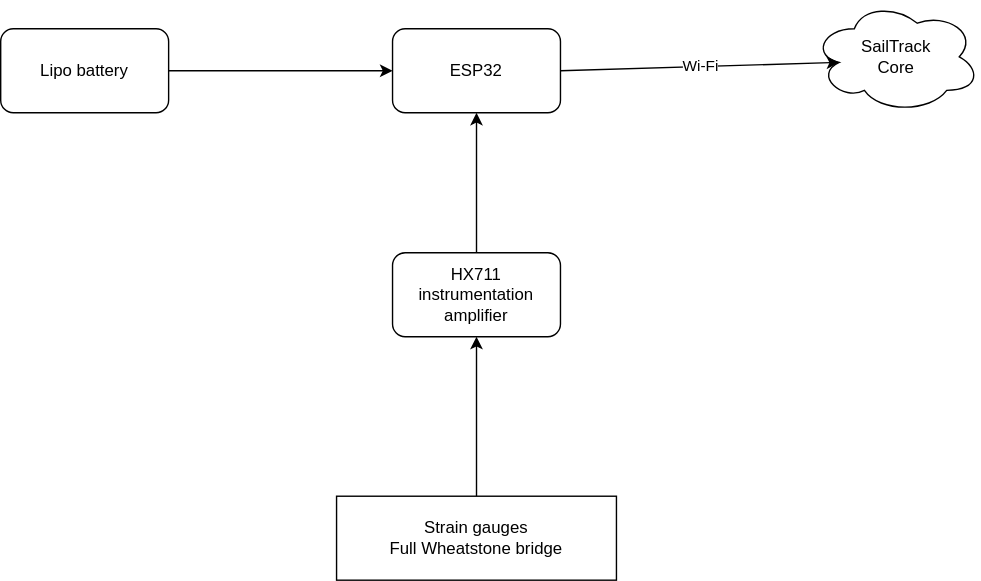
Before: SailTrack Strain/block-diagram.svg, a diagram exported from draw.io (metisvela/sailtrack). Source tidied: cells renumbered, new cells last; positions are measured from the earlier drawing's top-left corner, leaving out a move shared by most shapes. Its diagram source:
```xml
<mxGraphModel background="#ffffff">
  <root>
    <mxCell id="0" />
    <mxCell id="1" parent="0" />
    <mxCell id="2" value="ESP32" style="rounded=1;whiteSpace=wrap;html=1;" parent="1" vertex="1">
      <mxGeometry x="280" y="20" width="120" height="60" as="geometry" />
    </mxCell>
    <mxCell id="3" style="edgeStyle=orthogonalEdgeStyle;rounded=0;jettySize=auto;html=1;exitX=1;exitY=0.5;exitDx=0;exitDy=0;entryX=0;entryY=0.5;entryDx=0;entryDy=0;" parent="1" edge="1" source="4" target="2">
      <mxGeometry relative="1" as="geometry" />
    </mxCell>
    <mxCell id="4" value="Lipo battery" style="rounded=1;whiteSpace=wrap;html=1;" parent="1" vertex="1">
      <mxGeometry y="20" width="120" height="60" as="geometry" />
    </mxCell>
    <mxCell id="5" style="edgeStyle=orthogonalEdgeStyle;rounded=0;jettySize=auto;html=1;exitX=0.5;exitY=0;exitDx=0;exitDy=0;entryX=0.5;entryY=1;entryDx=0;entryDy=0;" parent="1" edge="1" source="6" target="2">
      <mxGeometry relative="1" as="geometry" />
    </mxCell>
    <mxCell id="6" value="HX711 instrumentation amplifier" style="rounded=1;whiteSpace=wrap;html=1;" parent="1" vertex="1">
      <mxGeometry x="280" y="180" width="120" height="60" as="geometry" />
    </mxCell>
    <mxCell id="7" value="SailTrack&lt;br&gt;Core" style="ellipse;shape=cloud;whiteSpace=wrap;html=1;" parent="1" vertex="1">
      <mxGeometry x="580" width="120" height="80" as="geometry" />
    </mxCell>
    <mxCell id="8" style="edgeStyle=orthogonalEdgeStyle;rounded=0;jettySize=auto;html=1;exitX=0.5;exitY=0;exitDx=0;exitDy=0;entryX=0.5;entryY=1;entryDx=0;entryDy=0;" parent="1" edge="1" source="9" target="6">
      <mxGeometry relative="1" as="geometry" />
    </mxCell>
    <mxCell id="9" value="Strain gauges&lt;br&gt;Full Wheatstone bridge" style="rounded=0;whiteSpace=wrap;html=1;" parent="1" vertex="1">
      <mxGeometry x="240" y="354" width="200" height="60" as="geometry" />
    </mxCell>
    <mxCell id="10" style="endArrow=classic;html=1;exitX=1;exitY=0.5;exitDx=0;exitDy=0;entryX=0.16;entryY=0.55;entryDx=0;entryDy=0;entryPerimeter=0;" parent="1" edge="1" source="2" target="7">
      <mxGeometry relative="1" as="geometry" />
    </mxCell>
    <mxCell id="11" value="Wi-Fi" style="edgeLabel;html=1;align=center;verticalAlign=middle;" parent="10" vertex="1">
      <mxGeometry relative="1" as="geometry" />
    </mxCell>
  </root>
</mxGraphModel>
```
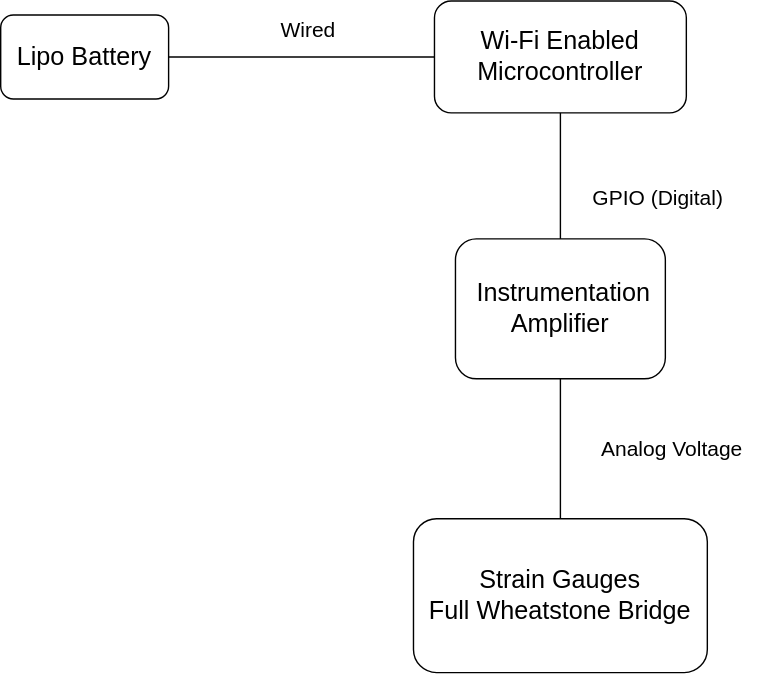
Later version of the same file.

Change to the diagram source:
```diff
@@ -2,35 +2,35 @@
   <root>
     <mxCell id="0" />
     <mxCell id="1" parent="0" />
-    <mxCell id="2" value="ESP32" style="rounded=1;whiteSpace=wrap;html=1;" parent="1" vertex="1">
-      <mxGeometry x="280" y="20" width="120" height="60" as="geometry" />
+    <mxCell id="2" value="&lt;font style=&quot;font-size: 18px&quot;&gt;Wi-Fi Enabled Microcontroller&lt;/font&gt;" style="rounded=1;whiteSpace=wrap;html=1;" parent="1" vertex="1">
+      <mxGeometry x="250" y="10" width="180" height="80" as="geometry" />
     </mxCell>
+    <mxCell id="4" value="&lt;font style=&quot;font-size: 18px&quot;&gt;Lipo Battery&lt;/font&gt;" style="rounded=1;whiteSpace=wrap;html=1;" parent="1" vertex="1">
+      <mxGeometry x="-60" y="20" width="120" height="60" as="geometry" />
+    </mxCell>
+    <mxCell id="6" value="&lt;font style=&quot;font-size: 18px&quot;&gt;&amp;nbsp;Instrumentation Amplifier&lt;/font&gt;" style="rounded=1;whiteSpace=wrap;html=1;" parent="1" vertex="1">
+      <mxGeometry x="265" y="180" width="150" height="100" as="geometry" />
+    </mxCell>
+    <mxCell id="12" value="&lt;font style=&quot;font-size: 18px&quot;&gt;Strain Gauges&lt;br&gt;Full Wheatstone Bridge&lt;/font&gt;" style="rounded=1;whiteSpace=wrap;html=1;" parent="1" vertex="1">
+      <mxGeometry x="235" y="380" width="210" height="110" as="geometry" />
+    </mxCell>
+    <mxCell id="13" value="&lt;font style=&quot;font-size: 15px&quot;&gt;Analog Voltage&lt;/font&gt;" style="text;html=1;strokeColor=none;fillColor=none;align=center;verticalAlign=middle;whiteSpace=wrap;rounded=0;" parent="1" vertex="1">
+      <mxGeometry x="360" y="320" width="120" height="20" as="geometry" />
+    </mxCell>
-    <mxCell id="3" style="edgeStyle=orthogonalEdgeStyle;rounded=0;jettySize=auto;html=1;exitX=1;exitY=0.5;exitDx=0;exitDy=0;entryX=0;entryY=0.5;entryDx=0;entryDy=0;" parent="1" edge="1" source="4" target="2">
+    <mxCell id="3" style="endArrow=none;html=1;exitX=1;exitY=0.5;exitDx=0;exitDy=0;entryX=0;entryY=0.5;entryDx=0;entryDy=0;" parent="1" edge="1" source="4" target="2">
       <mxGeometry relative="1" as="geometry" />
     </mxCell>
-    <mxCell id="4" value="Lipo battery" style="rounded=1;whiteSpace=wrap;html=1;" parent="1" vertex="1">
-      <mxGeometry y="20" width="120" height="60" as="geometry" />
-    </mxCell>
-    <mxCell id="5" style="edgeStyle=orthogonalEdgeStyle;rounded=0;jettySize=auto;html=1;exitX=0.5;exitY=0;exitDx=0;exitDy=0;entryX=0.5;entryY=1;entryDx=0;entryDy=0;" parent="1" edge="1" source="6" target="2">
+    <mxCell id="5" style="endArrow=none;html=1;entryX=0.5;entryY=1;entryDx=0;entryDy=0;exitX=0.5;exitY=0;exitDx=0;exitDy=0;" parent="1" edge="1" source="6" target="2">
       <mxGeometry relative="1" as="geometry" />
     </mxCell>
-    <mxCell id="6" value="HX711 instrumentation amplifier" style="rounded=1;whiteSpace=wrap;html=1;" parent="1" vertex="1">
-      <mxGeometry x="280" y="180" width="120" height="60" as="geometry" />
-    </mxCell>
-    <mxCell id="7" value="SailTrack&lt;br&gt;Core" style="ellipse;shape=cloud;whiteSpace=wrap;html=1;" parent="1" vertex="1">
-      <mxGeometry x="580" width="120" height="80" as="geometry" />
-    </mxCell>
-    <mxCell id="8" style="edgeStyle=orthogonalEdgeStyle;rounded=0;jettySize=auto;html=1;exitX=0.5;exitY=0;exitDx=0;exitDy=0;entryX=0.5;entryY=1;entryDx=0;entryDy=0;" parent="1" edge="1" source="9" target="6">
-      <mxGeometry relative="1" as="geometry" />
-    </mxCell>
-    <mxCell id="9" value="Strain gauges&lt;br&gt;Full Wheatstone bridge" style="rounded=0;whiteSpace=wrap;html=1;" parent="1" vertex="1">
-      <mxGeometry x="240" y="354" width="200" height="60" as="geometry" />
-    </mxCell>
-    <mxCell id="10" style="endArrow=classic;html=1;exitX=1;exitY=0.5;exitDx=0;exitDy=0;entryX=0.16;entryY=0.55;entryDx=0;entryDy=0;entryPerimeter=0;" parent="1" edge="1" source="2" target="7">
-      <mxGeometry relative="1" as="geometry" />
-    </mxCell>
-    <mxCell id="11" value="Wi-Fi" style="edgeLabel;html=1;align=center;verticalAlign=middle;" parent="10" vertex="1">
-      <mxGeometry relative="1" as="geometry" />
-    </mxCell>
+    <mxCell id="14" style="endArrow=none;html=1;entryX=0.5;entryY=1;entryDx=0;entryDy=0;exitX=0.5;exitY=0;exitDx=0;exitDy=0;" parent="1" edge="1" source="12" target="6">
+      <mxGeometry relative="1" as="geometry" />
+    </mxCell>
+    <mxCell id="15" value="&lt;font style=&quot;font-size: 15px&quot;&gt;GPIO (Digital)&lt;/font&gt;" style="text;html=1;strokeColor=none;fillColor=none;align=center;verticalAlign=middle;whiteSpace=wrap;rounded=0;" parent="1" vertex="1">
+      <mxGeometry x="360" y="140" width="100" height="20" as="geometry" />
+    </mxCell>
+    <mxCell id="16" value="&lt;font style=&quot;font-size: 15px&quot;&gt;Wired&lt;/font&gt;" style="text;html=1;strokeColor=none;fillColor=none;align=center;verticalAlign=middle;whiteSpace=wrap;rounded=0;" parent="1" vertex="1">
+      <mxGeometry x="110" y="20" width="100" height="20" as="geometry" />
+    </mxCell>
   </root>
 </mxGraphModel>
```
